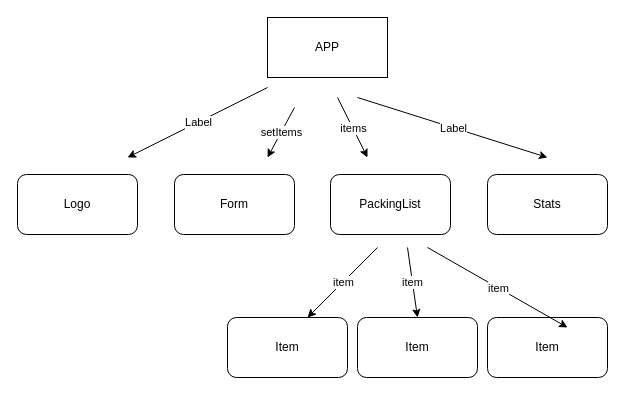
Earlier version of the draw.io diagram diagram.drawio (jlquijada63/lista-viajes). Source tidied: cells renumbered, new cells numbered last; positions are measured from the earlier drawing's top-left corner, leaving out a move shared by most shapes. Both pictures are drawn from the tidied source at 100%, with x=0, y=0 at pixel (17, 17).
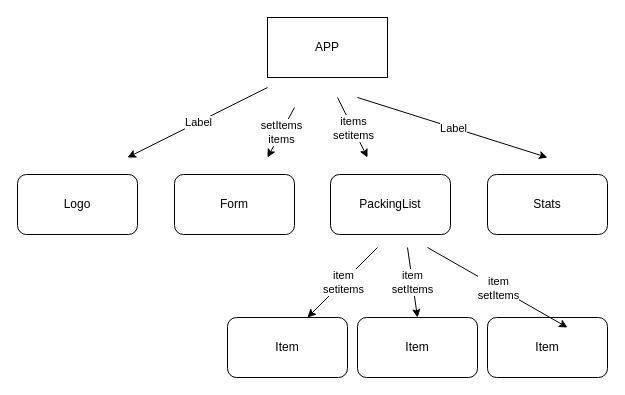
The same diagram, later.

Commit message (it also covers changes not shown here):
item functionality complete except modal warn

Unchanged cells that the change refers to:
```xml
<mxCell id="7" style="endArrow=classic;html=1;" parent="1" edge="1">
  <mxGeometry relative="1" as="geometry">
    <mxPoint x="277" y="90" as="sourcePoint" />
    <mxPoint x="250" y="140" as="targetPoint" />
  </mxGeometry>
</mxCell>
<mxCell id="9" style="endArrow=classic;html=1;" parent="1" edge="1">
  <mxGeometry relative="1" as="geometry">
    <mxPoint x="320" y="80" as="sourcePoint" />
    <mxPoint x="350" y="140" as="targetPoint" />
  </mxGeometry>
</mxCell>
<mxCell id="16" style="endArrow=classic;html=1;" parent="1" edge="1">
  <mxGeometry relative="1" as="geometry">
    <mxPoint x="360" y="230" as="sourcePoint" />
    <mxPoint x="290" y="300" as="targetPoint" />
  </mxGeometry>
</mxCell>
<mxCell id="19" style="endArrow=classic;html=1;" parent="1" edge="1">
  <mxGeometry relative="1" as="geometry">
    <mxPoint x="390" y="230" as="sourcePoint" />
    <mxPoint x="400" y="300" as="targetPoint" />
  </mxGeometry>
</mxCell>
<mxCell id="22" style="endArrow=classic;html=1;" parent="1" edge="1">
  <mxGeometry relative="1" as="geometry">
    <mxPoint x="410" y="230" as="sourcePoint" />
    <mxPoint x="550" y="310" as="targetPoint" />
  </mxGeometry>
</mxCell>
```

Diff of the diagram source:
```diff
@@
-    <mxCell id="8" value="setItems" style="edgeLabel;html=1;align=center;verticalAlign=middle;" parent="7" vertex="1">
+    <mxCell id="8" value="setItems&lt;br&gt;items" style="edgeLabel;html=1;align=center;verticalAlign=middle;" parent="7" vertex="1">
       <mxGeometry relative="1" as="geometry" />
     </mxCell>
@@
-    <mxCell id="10" value="items" style="edgeLabel;html=1;align=center;verticalAlign=middle;" parent="9" vertex="1">
+    <mxCell id="10" value="items&lt;br&gt;setitems" style="edgeLabel;html=1;align=center;verticalAlign=middle;" parent="9" vertex="1">
       <mxGeometry relative="1" as="geometry" />
     </mxCell>
@@
-    <mxCell id="17" value="item" style="edgeLabel;html=1;align=center;verticalAlign=middle;" parent="16" vertex="1">
+    <mxCell id="17" value="item&lt;br&gt;setitems" style="edgeLabel;html=1;align=center;verticalAlign=middle;" parent="16" vertex="1">
       <mxGeometry relative="1" as="geometry" />
     </mxCell>
@@
-    <mxCell id="20" value="item" style="edgeLabel;html=1;align=center;verticalAlign=middle;" parent="19" vertex="1">
+    <mxCell id="20" value="item&lt;br&gt;setItems" style="edgeLabel;html=1;align=center;verticalAlign=middle;" parent="19" vertex="1">
       <mxGeometry relative="1" as="geometry" />
     </mxCell>
@@
-    <mxCell id="23" value="item" style="edgeLabel;html=1;align=center;verticalAlign=middle;" parent="22" vertex="1">
+    <mxCell id="23" value="item&lt;br&gt;setItems" style="edgeLabel;html=1;align=center;verticalAlign=middle;" parent="22" vertex="1">
       <mxGeometry relative="1" as="geometry" />
     </mxCell>
```
